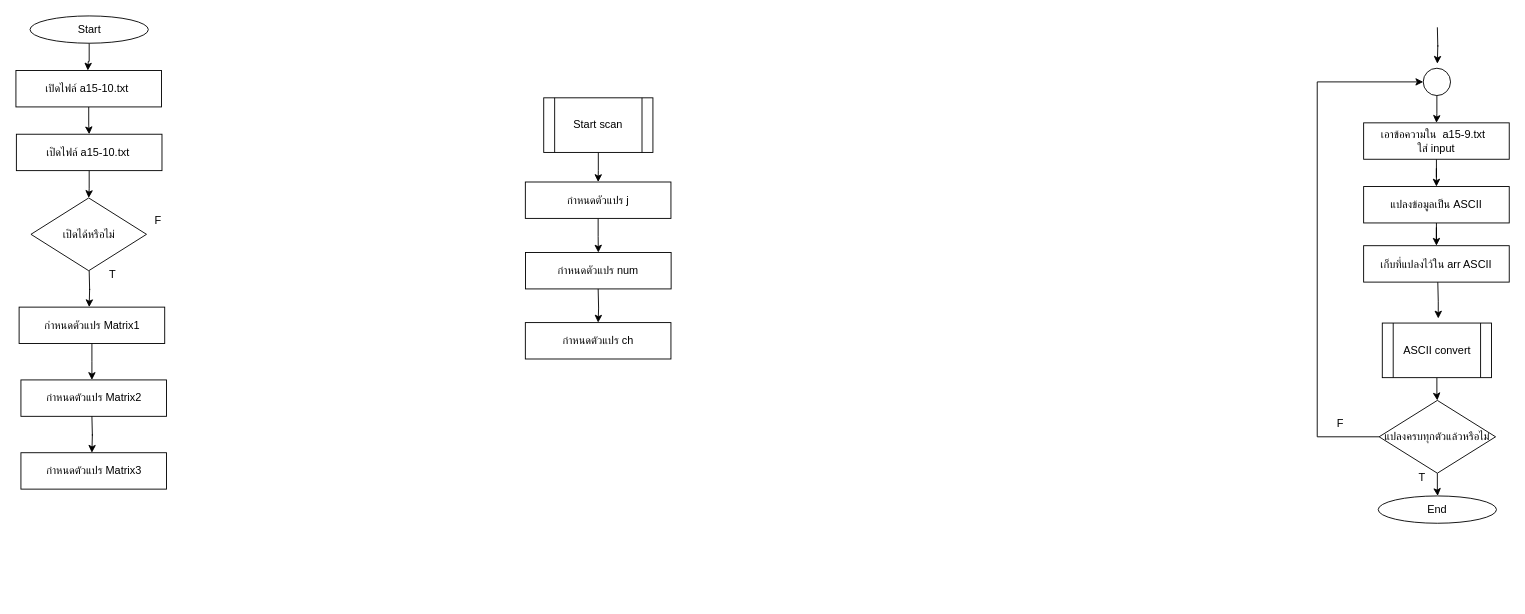
Above: HW/HW15/hw15-10/hw15-10.drawio in aphiwat-window/ENGCE117 (draw.io), before the change. Source tidied: cells renumbered, new cells numbered last; positions are measured from the earlier drawing's top-left corner, leaving out a move shared by most shapes. Both pictures are drawn from the tidied source at 91%, with x=0, y=0 at pixel (15, 15).
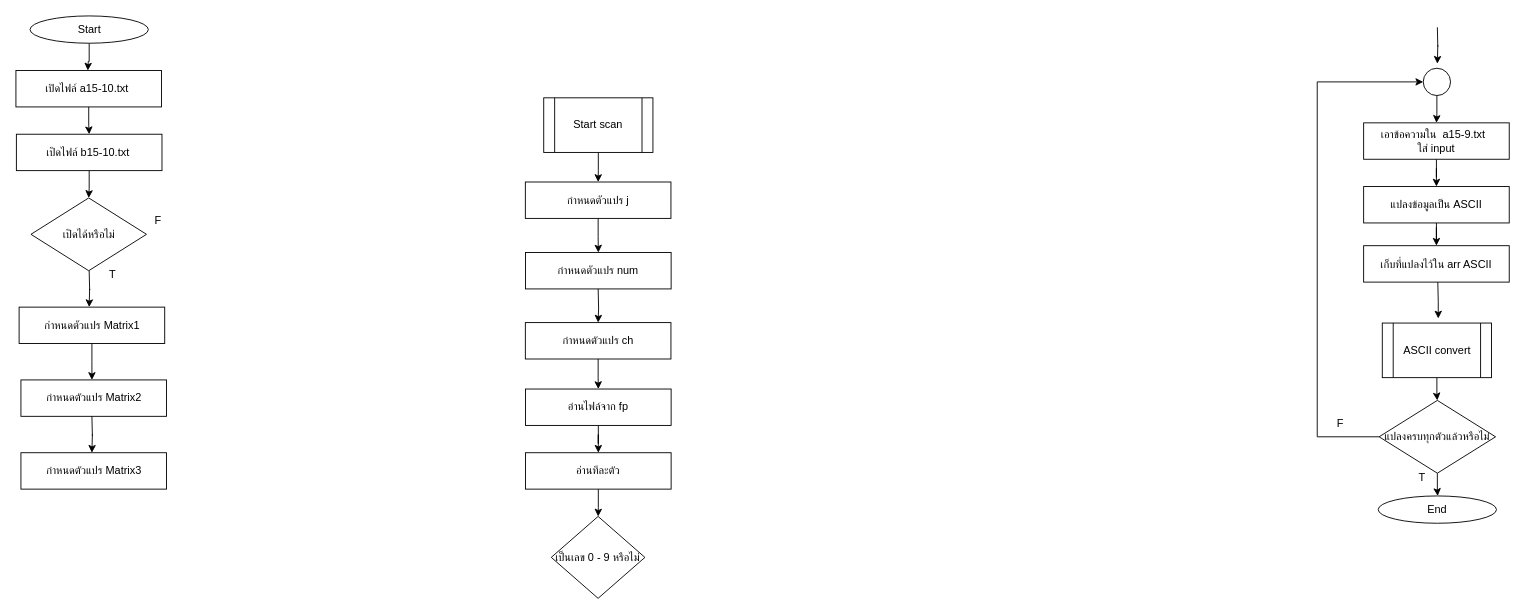
The same page after the edit.

Unchanged cells that the change refers to:
```xml
<mxCell id="40" value="กำหนดตัวแปร ch" style="rounded=0;whiteSpace=wrap;html=1;" parent="1" vertex="1">
  <mxGeometry x="559.8" y="337" width="160" height="40" as="geometry" />
</mxCell>
```

Change to the diagram source:
```diff
@@
-    <mxCell id="5" value="เปิดไฟล์&amp;nbsp;a15-10.txt&amp;nbsp;" style="rounded=0;whiteSpace=wrap;html=1;" parent="1" vertex="1">
+    <mxCell id="5" value="เปิดไฟล์&amp;nbsp;b15-10.txt&amp;nbsp;" style="rounded=0;whiteSpace=wrap;html=1;" parent="1" vertex="1">
       <mxGeometry x="0.5" y="130" width="160" height="40" as="geometry" />
     </mxCell>
@@
+    <mxCell id="41" style="edgeStyle=orthogonalEdgeStyle;rounded=0;jettySize=auto;html=1;" parent="1" edge="1" source="40" target="43">
+      <mxGeometry relative="1" as="geometry" />
+    </mxCell>
@@
+    <mxCell id="42" style="edgeStyle=orthogonalEdgeStyle;rounded=0;jettySize=auto;html=1;" parent="1" edge="1" source="43" target="46">
+      <mxGeometry relative="1" as="geometry" />
+    </mxCell>
+    <mxCell id="43" value="อ่านไฟล์จาก fp" style="rounded=0;whiteSpace=wrap;html=1;" parent="1" vertex="1">
+      <mxGeometry x="560" y="410" width="160" height="40" as="geometry" />
+    </mxCell>
+    <mxCell id="44" value="เป็นเลข 0 - 9 หรือไม่" style="rhombus;whiteSpace=wrap;html=1;" parent="1" vertex="1">
+      <mxGeometry x="588.3" y="550" width="102.9" height="90" as="geometry" />
+    </mxCell>
+    <mxCell id="45" style="edgeStyle=orthogonalEdgeStyle;rounded=0;jettySize=auto;html=1;" parent="1" edge="1" source="46" target="44">
+      <mxGeometry relative="1" as="geometry" />
+    </mxCell>
+    <mxCell id="46" value="อ่านทีละตัว" style="rounded=0;whiteSpace=wrap;html=1;" parent="1" vertex="1">
+      <mxGeometry x="560" y="480" width="160" height="40" as="geometry" />
+    </mxCell>
```
